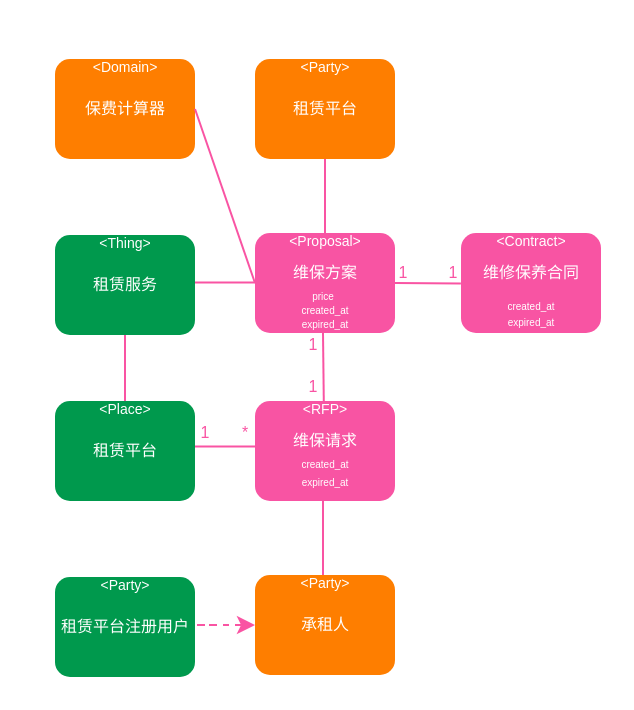
Before: 飞驰租.drawio in ls5201314/8xflow-drawio-lib, a draw.io diagram. Source tidied: cells renumbered, new cells numbered last; positions are measured from the earlier drawing's top-left corner, leaving out a move shared by most shapes. Both pictures are drawn from the tidied source at 200%, with x=0, y=0 at pixel (34, 34).
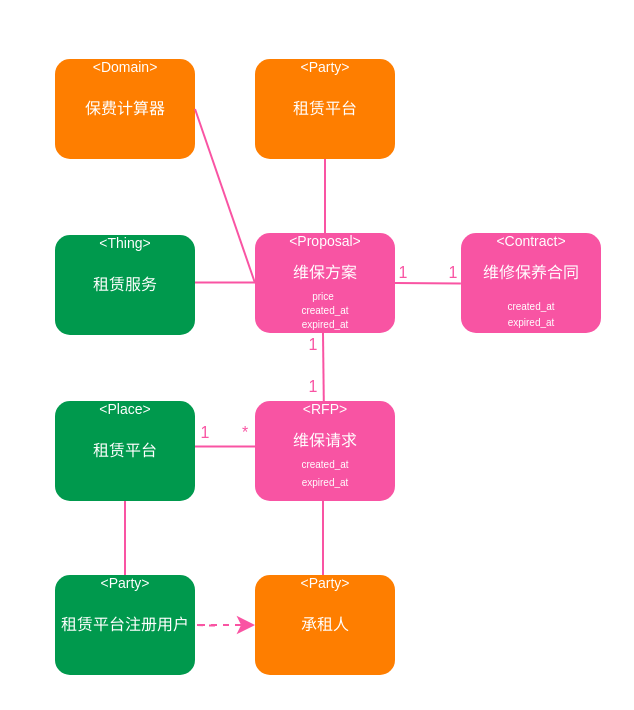
Above is the later version.

Commit message:
更新飞驰租.drawio

Unchanged cells that the change refers to:
```xml
<mxCell id="48" style="rounded=1;whiteSpace=wrap;html=1;fillColor=#00994D;fontColor=#ffffff;strokeColor=none;" parent="47" vertex="1">
  <mxGeometry y="12" width="70" height="50" as="geometry" />
</mxCell>
<mxCell id="53" style="rounded=1;whiteSpace=wrap;html=1;fillColor=#00994D;fontColor=#ffffff;strokeColor=none;" parent="52" vertex="1">
  <mxGeometry y="12" width="70" height="50" as="geometry" />
</mxCell>
```

What changed in the source:
```diff
@@
     <mxCell id="37" style="group;" parent="1" vertex="1">
-      <mxGeometry x="10" y="259" width="80" height="62" as="geometry" />
+      <mxGeometry x="10" y="258" width="80" height="62" as="geometry" />
     </mxCell>
@@
-    <mxCell id="57" style="endArrow=none;html=1;rounded=0;exitX=0.5;exitY=1;exitDx=0;exitDy=0;strokeColor=#F954A3;" parent="1" edge="1" source="53">
+    <mxCell id="57" style="endArrow=none;html=1;rounded=0;exitX=0.5;exitY=1;exitDx=0;exitDy=0;strokeColor=#F954A3;" parent="1" edge="1" source="48">
       <mxGeometry relative="1" as="geometry">
-        <mxPoint x="45" y="183" as="targetPoint" />
+        <mxPoint x="45" y="270" as="targetPoint" />
         <Array as="points">
-          <mxPoint x="45" y="183" />
+          <mxPoint x="45" y="270" />
         </Array>
       </mxGeometry>
     </mxCell>
```
